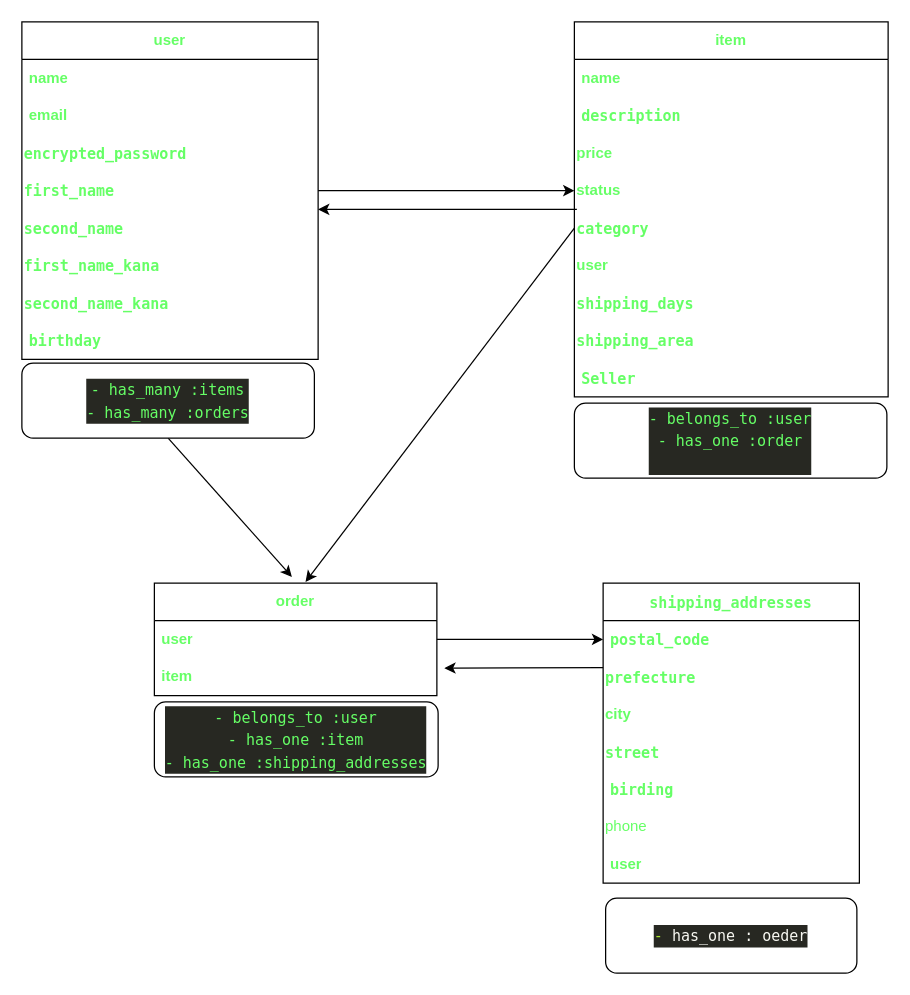
The draw.io diagram page "ページ1" (1 of 2) of app/views/ER図.dio in SAUNAJUNKIE/furima-38922, before the edit. Source tidied: cells renumbered, new cells numbered last; positions are measured from the earlier drawing's top-left corner, leaving out a move shared by most shapes. Both pictures are drawn from the tidied source at 125%, with x=0, y=0 at pixel (21, 21).
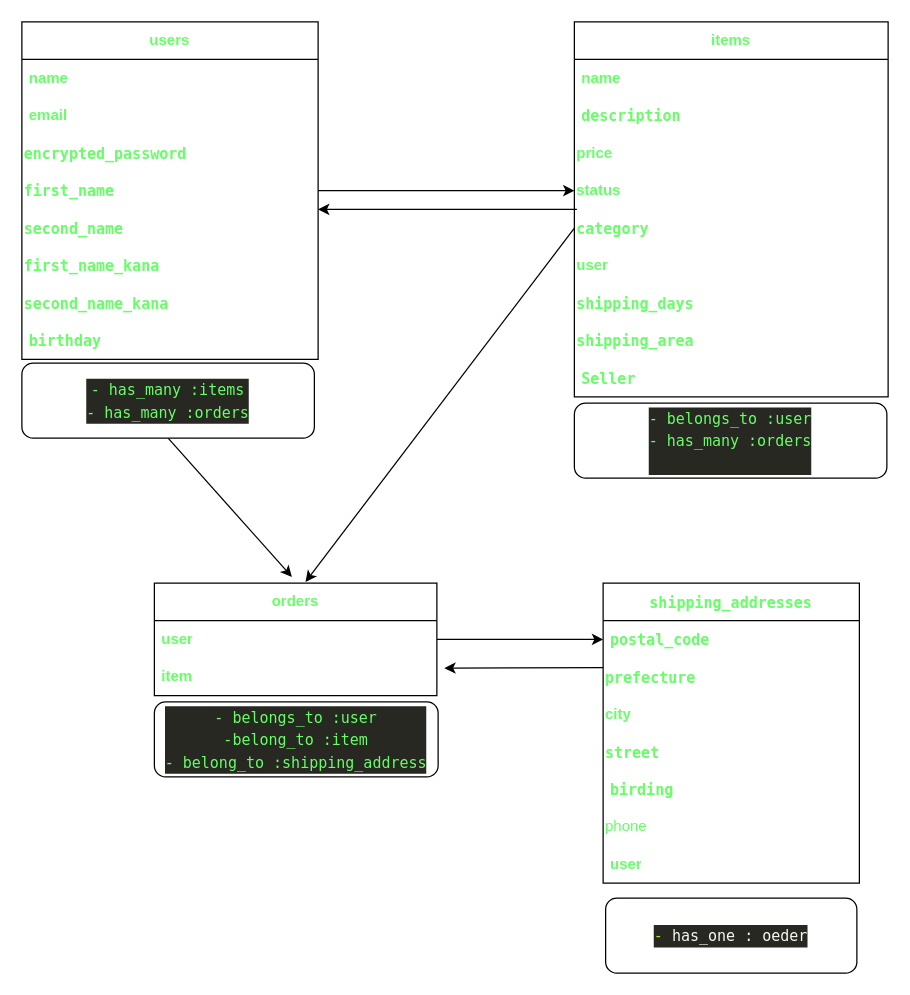
Above is the later version.

Change to the diagram source:
```diff
@@
-    <mxCell id="3" value="user" style="swimlane;fontStyle=1;horizontal=1;startSize=30;whiteSpace=wrap;html=1;labelBackgroundColor=none;fontColor=#66FF66;align=center;" parent="1" vertex="1">
+    <mxCell id="3" value="users" style="swimlane;fontStyle=1;horizontal=1;startSize=30;whiteSpace=wrap;html=1;labelBackgroundColor=none;fontColor=#66FF66;align=center;" parent="1" vertex="1">
       <mxGeometry width="237" height="270" as="geometry" />
     </mxCell>
@@
-    <mxCell id="12" value="item" style="swimlane;fontStyle=1;horizontal=1;startSize=30;whiteSpace=wrap;html=1;labelBackgroundColor=none;fontColor=#66FF66;align=center;" parent="1" vertex="1">
+    <mxCell id="12" value="items" style="swimlane;fontStyle=1;horizontal=1;startSize=30;whiteSpace=wrap;html=1;labelBackgroundColor=none;fontColor=#66FF66;align=center;" parent="1" vertex="1">
       <mxGeometry x="442" width="251" height="300" as="geometry" />
     </mxCell>
@@
-    <mxCell id="22" value="order" style="swimlane;fontStyle=1;horizontal=1;startSize=30;whiteSpace=wrap;html=1;labelBackgroundColor=none;fontColor=#66FF66;align=center;" parent="1" vertex="1">
+    <mxCell id="22" value="orders" style="swimlane;fontStyle=1;horizontal=1;startSize=30;whiteSpace=wrap;html=1;labelBackgroundColor=none;fontColor=#66FF66;align=center;" parent="1" vertex="1">
       <mxGeometry x="106" y="449" width="226" height="90" as="geometry" />
     </mxCell>
@@
-    <mxCell id="35" value="&lt;div style=&quot;background-color: rgb(39, 40, 34); font-family: Menlo, Monaco, &amp;quot;Courier New&amp;quot;, monospace; font-weight: normal; font-size: 12px; line-height: 18px;&quot;&gt;&lt;div&gt;&lt;span style=&quot;&quot;&gt;-&lt;/span&gt;&lt;span style=&quot;&quot;&gt; belongs_to :user&lt;/span&gt;&lt;/div&gt;&lt;div&gt;&lt;span style=&quot;&quot;&gt;-&lt;/span&gt;&lt;span style=&quot;&quot;&gt; has_one    :order&lt;/span&gt;&lt;/div&gt;&lt;br&gt;&lt;/div&gt;" style="rounded=1;whiteSpace=wrap;html=1;labelBackgroundColor=none;fontColor=#66FF66;" parent="1" vertex="1">
+    <mxCell id="35" value="&lt;div style=&quot;background-color: rgb(39, 40, 34); font-family: Menlo, Monaco, &amp;quot;Courier New&amp;quot;, monospace; font-weight: normal; font-size: 12px; line-height: 18px;&quot;&gt;&lt;div&gt;&lt;span style=&quot;&quot;&gt;-&lt;/span&gt;&lt;span style=&quot;&quot;&gt; belongs_to :user&lt;/span&gt;&lt;/div&gt;&lt;div&gt;&lt;span style=&quot;&quot;&gt;-&lt;/span&gt;&lt;span style=&quot;&quot;&gt;&amp;nbsp;has_many :orders&lt;/span&gt;&lt;/div&gt;&lt;br&gt;&lt;/div&gt;" style="rounded=1;whiteSpace=wrap;html=1;labelBackgroundColor=none;fontColor=#66FF66;" parent="1" vertex="1">
       <mxGeometry x="442" y="305" width="250" height="60" as="geometry" />
     </mxCell>
-    <mxCell id="36" value="&lt;div style=&quot;background-color: rgb(39, 40, 34); font-family: Menlo, Monaco, &amp;quot;Courier New&amp;quot;, monospace; font-weight: normal; font-size: 12px; line-height: 18px;&quot;&gt;&lt;div&gt;&lt;span style=&quot;&quot;&gt;-&lt;/span&gt;&lt;span style=&quot;&quot;&gt; belongs_to :user&lt;/span&gt;&lt;/div&gt;&lt;div&gt;&lt;span style=&quot;&quot;&gt;-&lt;/span&gt;&lt;span style=&quot;&quot;&gt; has_one    :item&lt;/span&gt;&lt;/div&gt;&lt;div&gt;&lt;span style=&quot;&quot;&gt;-&lt;/span&gt;&lt;span style=&quot;&quot;&gt; has_one    :shipping_addresses&lt;/span&gt;&lt;/div&gt;&lt;/div&gt;" style="rounded=1;whiteSpace=wrap;html=1;labelBackgroundColor=none;fontColor=#66FF66;" parent="1" vertex="1">
+    <mxCell id="36" value="&lt;div style=&quot;background-color: rgb(39, 40, 34); font-family: Menlo, Monaco, &amp;quot;Courier New&amp;quot;, monospace; font-weight: normal; font-size: 12px; line-height: 18px;&quot;&gt;&lt;div&gt;&lt;span style=&quot;&quot;&gt;-&lt;/span&gt;&lt;span style=&quot;&quot;&gt; belongs_to :user&lt;/span&gt;&lt;/div&gt;&lt;div&gt;&lt;span style=&quot;&quot;&gt;-belong_to&lt;/span&gt;&lt;span style=&quot;&quot;&gt;&amp;nbsp;:item&lt;/span&gt;&lt;/div&gt;&lt;div&gt;&lt;span style=&quot;&quot;&gt;-&lt;/span&gt;&lt;span style=&quot;&quot;&gt;&amp;nbsp;belong_to :shipping_address&lt;/span&gt;&lt;/div&gt;&lt;/div&gt;" style="rounded=1;whiteSpace=wrap;html=1;labelBackgroundColor=none;fontColor=#66FF66;" parent="1" vertex="1">
       <mxGeometry x="106" y="544" width="227" height="60" as="geometry" />
     </mxCell>
```
